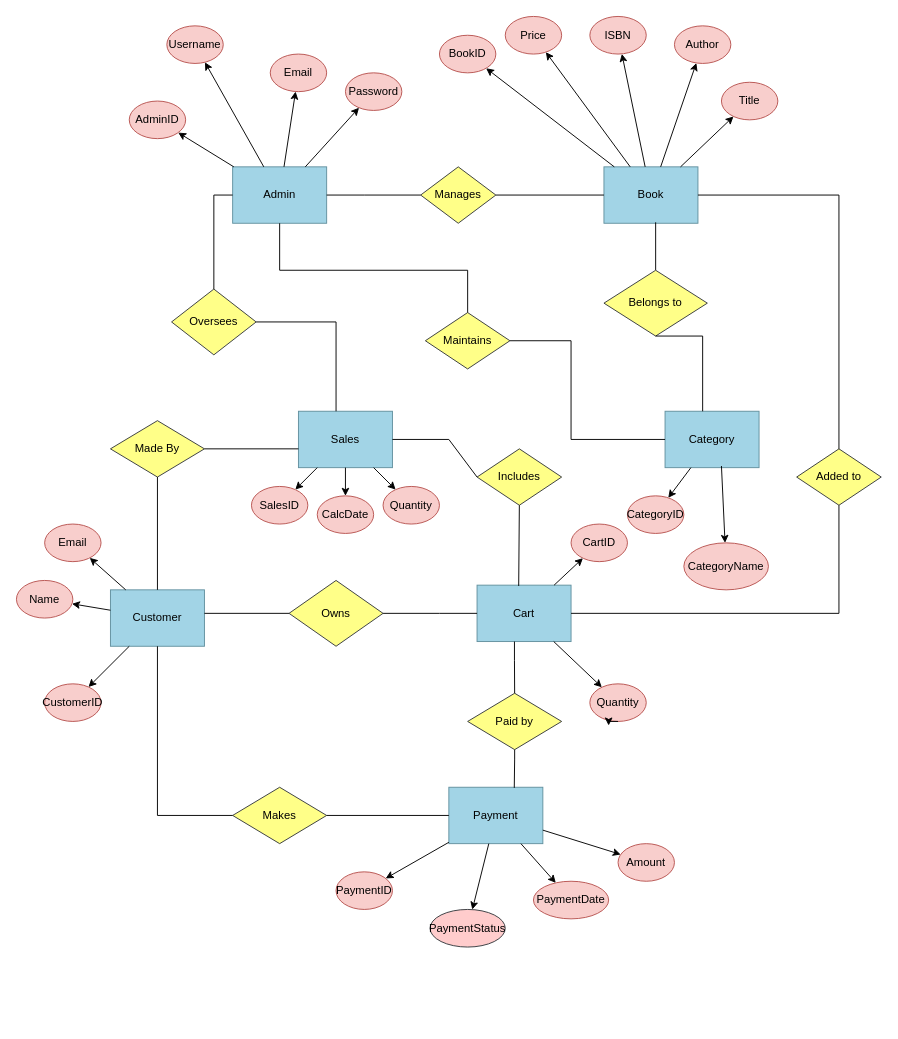
The draw.io diagram Untitled Diagram.drawio in Zul-Qarnain/Database_project, before the edit. Source tidied: cells renumbered, new cells numbered last; positions are measured from the earlier drawing's top-left corner, leaving out a move shared by most shapes. Both pictures are drawn from the tidied source at 94%, with x=0, y=0 at pixel (16, 16).
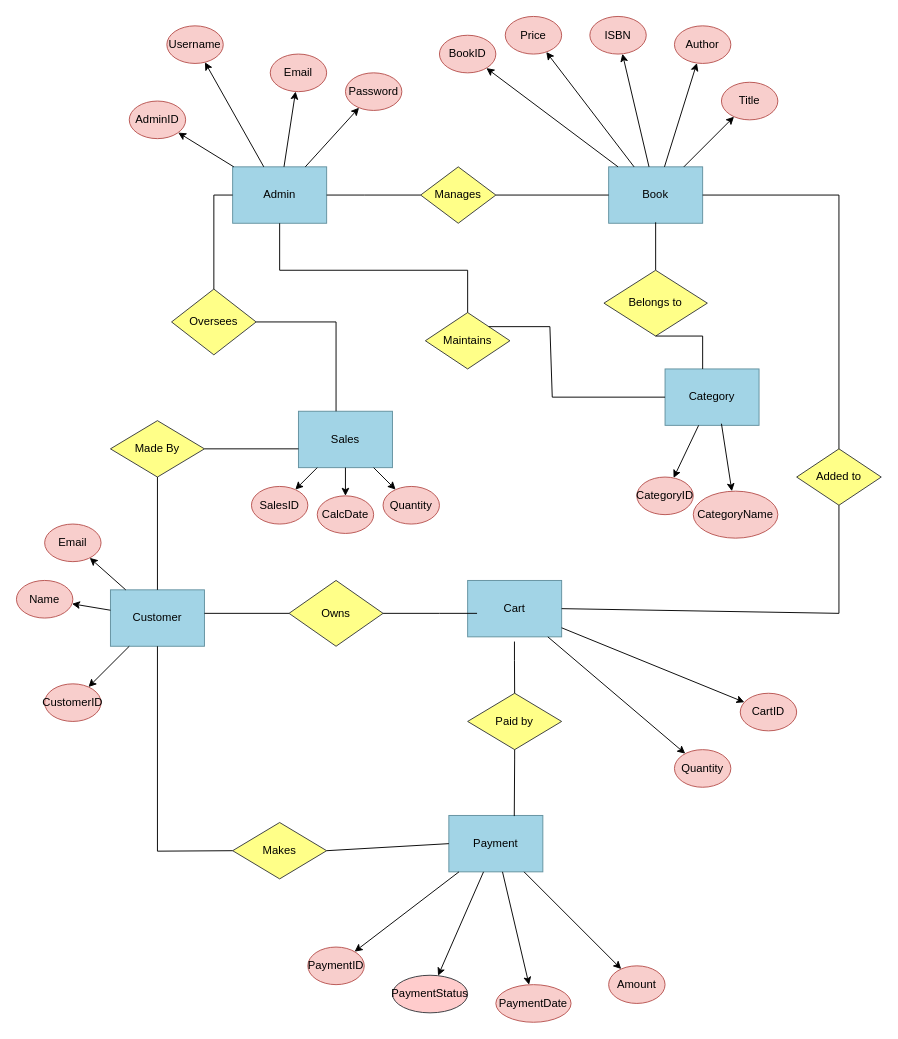
The same diagram, later.

The change refers to these unchanged cells:
```xml
<mxCell id="42" value="Sales" style="rounded=0;whiteSpace=wrap;html=1;fillColor=#a2d4e6;strokeColor=#63919f;" parent="1" vertex="1">
  <mxGeometry x="300" y="420" width="100" height="60" as="geometry" />
</mxCell>
<mxCell id="49" value="Customer" style="rounded=0;whiteSpace=wrap;html=1;fillColor=#a2d4e6;strokeColor=#63919f;" parent="1" vertex="1">
  <mxGeometry x="100" y="610" width="100" height="60" as="geometry" />
</mxCell>
<mxCell id="86" style="rhombus;whiteSpace=wrap;html=1;fillColor=#ffff88;strokeColor=#36393d;" parent="1" vertex="1">
  <mxGeometry x="435" y="315" width="90" height="60" as="geometry" />
</mxCell>
```

Change to the diagram source:
```diff
@@
     <mxCell id="12" value="Category" style="rounded=0;whiteSpace=wrap;html=1;fillColor=#a2d4e6;strokeColor=#63919f;" parent="1" vertex="1">
-      <mxGeometry x="690" y="420" width="100" height="60" as="geometry" />
+      <mxGeometry x="690" y="375" width="100" height="60" as="geometry" />
     </mxCell>
     <mxCell id="13" value="CategoryID" style="ellipse;whiteSpace=wrap;html=1;fillColor=#f8cecc;strokeColor=#b85450;" parent="1" vertex="1">
-      <mxGeometry x="650" y="510" width="60" height="40" as="geometry" />
+      <mxGeometry x="660" y="490" width="60" height="40" as="geometry" />
     </mxCell>
@@
     <mxCell id="15" value="CategoryName" style="ellipse;whiteSpace=wrap;html=1;fillColor=#f8cecc;strokeColor=#b85450;" parent="1" vertex="1">
-      <mxGeometry x="710" y="560" width="90" height="50" as="geometry" />
+      <mxGeometry x="720" y="505" width="90" height="50" as="geometry" />
     </mxCell>
@@
     <mxCell id="17" value="Book" style="rounded=0;whiteSpace=wrap;html=1;fillColor=#a2d4e6;strokeColor=#63919f;" parent="1" vertex="1">
-      <mxGeometry x="625" y="160" width="100" height="60" as="geometry" />
+      <mxGeometry x="630" y="160" width="100" height="60" as="geometry" />
     </mxCell>
@@
     <mxCell id="28" value="Payment" style="rounded=0;whiteSpace=wrap;html=1;fillColor=#a2d4e6;strokeColor=#63919f;" parent="1" vertex="1">
-      <mxGeometry x="460" y="820" width="100" height="60" as="geometry" />
+      <mxGeometry x="460" y="850" width="100" height="60" as="geometry" />
     </mxCell>
     <mxCell id="29" value="PaymentID" style="ellipse;whiteSpace=wrap;html=1;fillColor=#f8cecc;strokeColor=#b85450;" parent="1" vertex="1">
-      <mxGeometry x="340" y="910" width="60" height="40" as="geometry" />
+      <mxGeometry x="310" y="990" width="60" height="40" as="geometry" />
     </mxCell>
@@
     <mxCell id="31" value="Amount" style="ellipse;whiteSpace=wrap;html=1;fillColor=#f8cecc;strokeColor=#b85450;" parent="1" vertex="1">
-      <mxGeometry x="640" y="880" width="60" height="40" as="geometry" />
+      <mxGeometry x="630" y="1010" width="60" height="40" as="geometry" />
     </mxCell>
@@
     <mxCell id="33" value="PaymentDate" style="ellipse;whiteSpace=wrap;html=1;fillColor=#f8cecc;strokeColor=#b85450;" parent="1" vertex="1">
-      <mxGeometry x="550" y="920" width="80" height="40" as="geometry" />
+      <mxGeometry x="510" y="1030" width="80" height="40" as="geometry" />
     </mxCell>
@@
     <mxCell id="35" value="PaymentStatus" style="ellipse;whiteSpace=wrap;html=1;fillColor=#ffcccc;strokeColor=#36393d;" parent="1" vertex="1">
-      <mxGeometry x="440" y="950" width="80" height="40" as="geometry" />
+      <mxGeometry x="400" y="1020" width="80" height="40" as="geometry" />
     </mxCell>
@@
     <mxCell id="37" value="Cart" style="rounded=0;whiteSpace=wrap;html=1;fillColor=#a2d4e6;strokeColor=#63919f;" parent="1" vertex="1">
-      <mxGeometry x="490" y="605" width="100" height="60" as="geometry" />
+      <mxGeometry x="480" y="600" width="100" height="60" as="geometry" />
     </mxCell>
     <mxCell id="38" value="CartID" style="ellipse;whiteSpace=wrap;html=1;fillColor=#f8cecc;strokeColor=#b85450;" parent="1" vertex="1">
-      <mxGeometry x="590" y="540" width="60" height="40" as="geometry" />
+      <mxGeometry x="770" y="720" width="60" height="40" as="geometry" />
     </mxCell>
@@
     <mxCell id="40" value="Quantity" style="ellipse;whiteSpace=wrap;html=1;fillColor=#f8cecc;strokeColor=#b85450;" parent="1" vertex="1">
-      <mxGeometry x="610" y="710" width="60" height="40" as="geometry" />
+      <mxGeometry x="700" y="780" width="60" height="40" as="geometry" />
     </mxCell>
@@
-    <mxCell id="74" style="rhombus;whiteSpace=wrap;html=1;fillColor=#ffff88;strokeColor=#36393d;" parent="1" vertex="1">
-      <mxGeometry x="490" y="460" width="90" height="60" as="geometry" />
-    </mxCell>
-    <mxCell id="75" style="endArrow=none;html=1;rounded=0;exitX=1;exitY=0.5;exitDx=0;exitDy=0;entryX=0;entryY=0.5;entryDx=0;entryDy=0;" parent="1" edge="1" source="42" target="74">
-      <mxGeometry relative="1" as="geometry">
-        <Array as="points">
-          <mxPoint x="460" y="450" />
-        </Array>
-      </mxGeometry>
-    </mxCell>
-    <mxCell id="76" style="endArrow=none;html=1;rounded=0;entryX=0.5;entryY=1;entryDx=0;entryDy=0;exitX=0.443;exitY=0.014;exitDx=0;exitDy=0;exitPerimeter=0;" parent="1" edge="1" source="37" target="74">
-      <mxGeometry relative="1" as="geometry" />
-    </mxCell>
-    <mxCell id="77" value="Includes" style="text;html=1;align=center;verticalAlign=middle;whiteSpace=wrap;rounded=0;" parent="1" vertex="1">
-      <mxGeometry x="505" y="475" width="60" height="30" as="geometry" />
-    </mxCell>
@@
     <mxCell id="82" style="rhombus;whiteSpace=wrap;html=1;fillColor=#ffff88;strokeColor=#36393d;" parent="1" vertex="1">
-      <mxGeometry x="230" y="820" width="100" height="60" as="geometry" />
+      <mxGeometry x="230" y="857.5" width="100" height="60" as="geometry" />
     </mxCell>
     <mxCell id="83" value="Makes" style="text;html=1;align=center;verticalAlign=middle;whiteSpace=wrap;rounded=0;" parent="1" vertex="1">
-      <mxGeometry x="250" y="835" width="60" height="30" as="geometry" />
+      <mxGeometry x="250" y="875" width="60" height="25" as="geometry" />
     </mxCell>
@@
     <mxCell id="85" style="endArrow=none;html=1;rounded=0;exitX=0.5;exitY=1;exitDx=0;exitDy=0;entryX=0;entryY=0.5;entryDx=0;entryDy=0;" parent="1" edge="1" source="49" target="82">
       <mxGeometry relative="1" as="geometry">
         <Array as="points">
-          <mxPoint x="150" y="850" />
+          <mxPoint x="150" y="888" />
         </Array>
       </mxGeometry>
     </mxCell>
@@
-    <mxCell id="87" style="endArrow=none;html=1;rounded=0;entryX=1;entryY=0.5;entryDx=0;entryDy=0;exitX=0;exitY=0.5;exitDx=0;exitDy=0;" parent="1" edge="1" source="12" target="86">
+    <mxCell id="87" style="endArrow=none;html=1;rounded=0;entryX=1;entryY=0.5;entryDx=0;entryDy=0;exitX=0;exitY=0.5;exitDx=0;exitDy=0;" parent="1" edge="1" source="12">
       <mxGeometry relative="1" as="geometry">
+        <mxPoint x="502.5" y="330" as="targetPoint" />
         <Array as="points">
-          <mxPoint x="590" y="450" />
-          <mxPoint x="590" y="345" />
+          <mxPoint x="570" y="405" />
+          <mxPoint x="567.5" y="330" />
         </Array>
       </mxGeometry>
     </mxCell>
@@
-    <mxCell id="90" style="edgeStyle=orthogonalEdgeStyle;rounded=0;orthogonalLoop=1;jettySize=auto;html=1;exitX=0.5;exitY=1;exitDx=0;exitDy=0;entryX=0.333;entryY=1.108;entryDx=0;entryDy=0;entryPerimeter=0;" parent="1" edge="1" source="40" target="40">
-      <mxGeometry relative="1" as="geometry" />
-    </mxCell>
```
